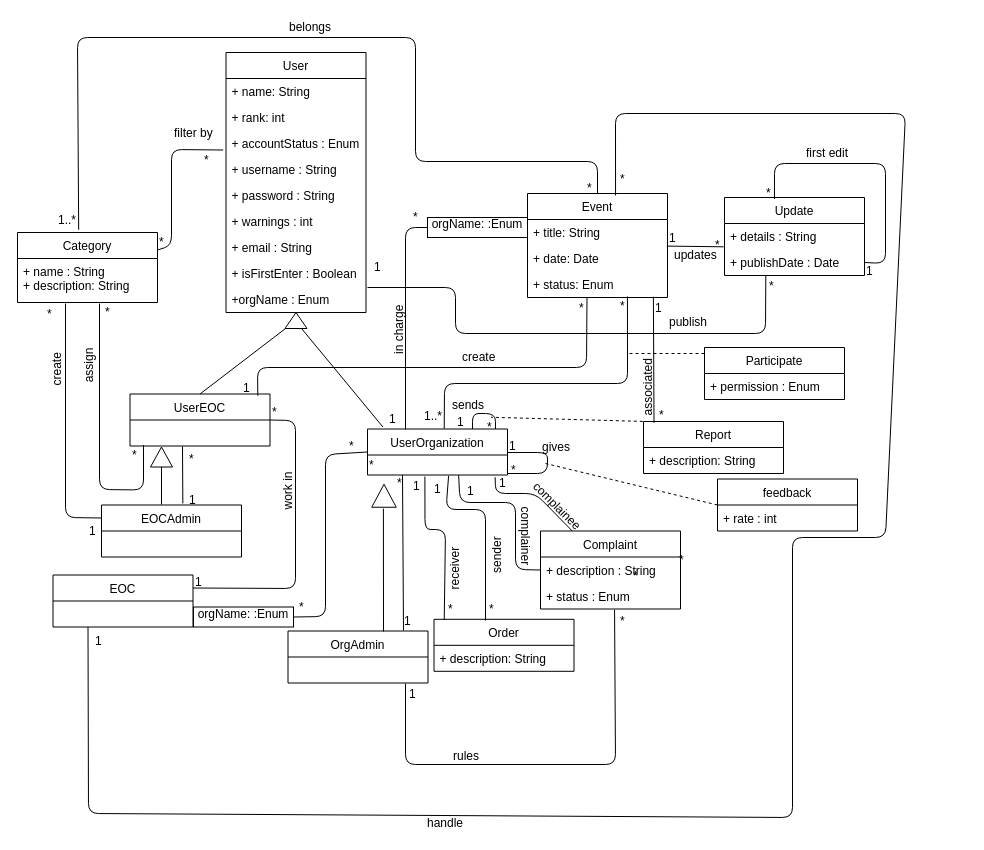
This is page "Update Class Diagram" (3 of 12) of Untitled Diagram.drawio from anastasiakova/nituz2, a draw.io file, before an edit. Source tidied: cells renumbered, new cells numbered last; positions are measured from the earlier drawing's top-left corner, leaving out a move shared by most shapes. Both pictures are drawn from the tidied source at 100%, with x=0, y=0 at pixel (17, 17).
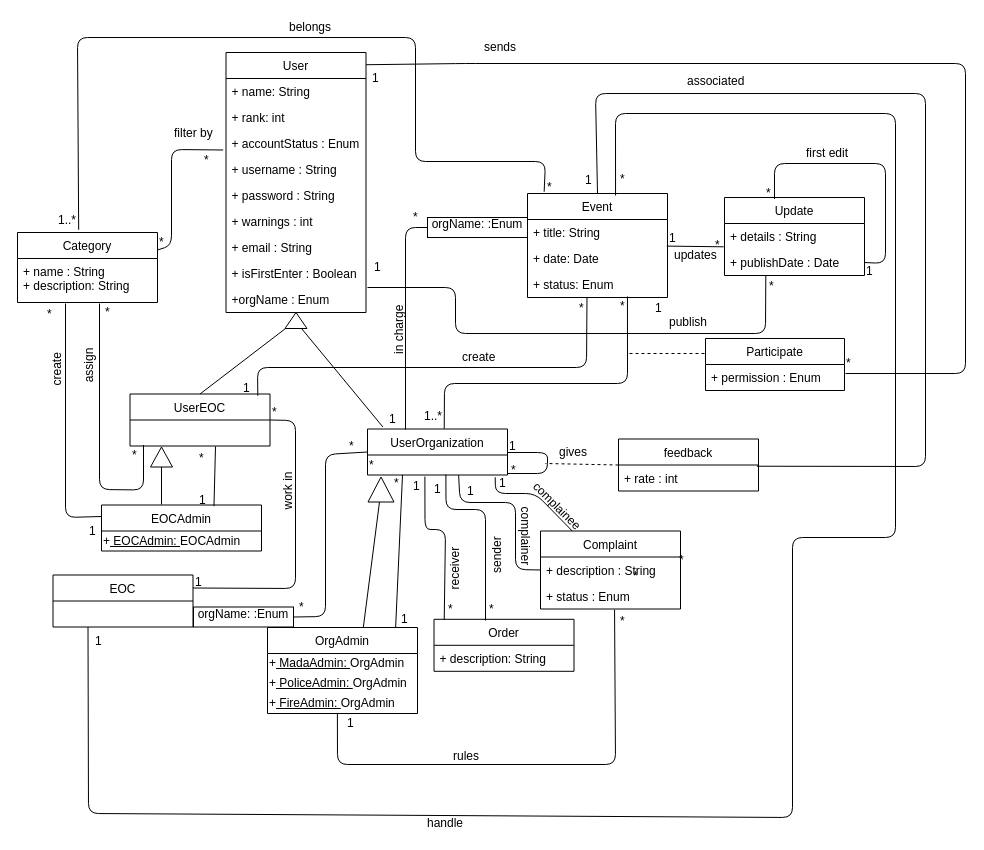
The same diagram, later.

Unchanged cells that the change refers to:
```xml
<mxCell id="2" value="User" style="swimlane;fontStyle=0;horizontal=1;startSize=26;fillColor=none;" parent="1" vertex="1">
  <mxGeometry x="208.5" y="35" width="140" height="260" as="geometry" />
</mxCell>
<mxCell id="12" value="Event" style="swimlane;fontStyle=0;horizontal=1;startSize=26;fillColor=none;" parent="1" vertex="1">
  <mxGeometry x="510" y="176" width="140" height="104" as="geometry" />
</mxCell>
<mxCell id="20" value="Category" style="swimlane;fontStyle=0;horizontal=1;startSize=26;fillColor=none;" parent="1" vertex="1">
  <mxGeometry y="215" width="140" height="70" as="geometry" />
</mxCell>
<mxCell id="27" value="+ status : Enum" style="text;strokeColor=none;fillColor=none;align=left;verticalAlign=top;spacingLeft=4;spacingRight=4;overflow=hidden;points=[[0,0.5],[1,0.5]];portConstraint=eastwest;" parent="25" vertex="1">
  <mxGeometry y="52" width="140" height="26" as="geometry" />
</mxCell>
<mxCell id="29" value="UserOrganization" style="swimlane;fontStyle=0;horizontal=1;startSize=26;fillColor=none;" parent="1" vertex="1">
  <mxGeometry x="350" y="411.5" width="140" height="46" as="geometry" />
</mxCell>
<mxCell id="30" value="*" style="text;html=1;points=[];align=left;verticalAlign=top;spacingTop=-4;" parent="29" vertex="1">
  <mxGeometry y="26" width="140" height="20" as="geometry" />
</mxCell>
<mxCell id="84" value="1" style="text;html=1;points=[];align=left;verticalAlign=top;spacingTop=-4;" parent="1" vertex="1">
  <mxGeometry x="414.5" y="461.5" width="20" height="20" as="geometry" />
</mxCell>
<mxCell id="103" value="+ rate : int" style="text;strokeColor=none;fillColor=none;align=left;verticalAlign=top;spacingLeft=4;spacingRight=4;overflow=hidden;points=[[0,0.5],[1,0.5]];portConstraint=eastwest;" parent="102" vertex="1">
  <mxGeometry y="26" width="140" height="26" as="geometry" />
</mxCell>
<mxCell id="122" value="EOC" style="swimlane;fontStyle=0;horizontal=1;startSize=26;fillColor=none;" parent="1" vertex="1">
  <mxGeometry x="35.5" y="557.5" width="140" height="52" as="geometry" />
</mxCell>
```

The edit, as a diff of the source:
```diff
@@
     <mxCell id="22" value="EOCAdmin" style="swimlane;fontStyle=0;horizontal=1;startSize=26;fillColor=none;" parent="1" vertex="1">
-      <mxGeometry x="84" y="487.5" width="140" height="52" as="geometry" />
+      <mxGeometry x="84" y="487.5" width="160" height="46" as="geometry" />
     </mxCell>
+    <mxCell id="139" value="+&lt;u&gt;&amp;nbsp;EOCAdmin:&amp;nbsp;&lt;/u&gt;&lt;span&gt;EOCAdmin&lt;/span&gt;" style="text;html=1;align=left;verticalAlign=top;spacingTop=-4;" parent="22" vertex="1">
+      <mxGeometry y="26" width="160" height="20" as="geometry" />
+    </mxCell>
@@
     <mxCell id="31" value="OrgAdmin" style="swimlane;fontStyle=0;horizontal=1;startSize=26;fillColor=none;" parent="1" vertex="1">
-      <mxGeometry x="270.5" y="613.5" width="140" height="52" as="geometry" />
+      <mxGeometry x="250" y="610" width="150" height="86" as="geometry" />
     </mxCell>
+    <mxCell id="140" value="+&lt;u&gt;&amp;nbsp;MadaAdmin:&amp;nbsp;&lt;/u&gt;&lt;span&gt;OrgAdmin&lt;/span&gt;" style="text;html=1;align=left;verticalAlign=top;spacingTop=-4;" parent="31" vertex="1">
+      <mxGeometry y="26" width="150" height="20" as="geometry" />
+    </mxCell>
+    <mxCell id="141" value="+&lt;u&gt;&amp;nbsp;PoliceAdmin:&amp;nbsp;&lt;/u&gt;&lt;span&gt;OrgAdmin&lt;/span&gt;&lt;br&gt;" style="text;html=1;align=left;verticalAlign=top;spacingTop=-4;" parent="31" vertex="1">
+      <mxGeometry y="46" width="150" height="20" as="geometry" />
+    </mxCell>
+    <mxCell id="142" value="+&lt;u&gt;&amp;nbsp;FireAdmin:&amp;nbsp;&lt;/u&gt;&lt;span&gt;OrgAdmin&lt;/span&gt;&lt;br&gt;" style="text;html=1;points=[];align=left;verticalAlign=top;spacingTop=-4;" parent="31" vertex="1">
+      <mxGeometry y="66" width="150" height="20" as="geometry" />
+    </mxCell>
-    <mxCell id="32" style="endArrow=none;html=1;entryX=0.5;entryY=0;entryDx=0;entryDy=0;exitX=0.437;exitY=-0.039;exitDx=0;exitDy=0;exitPerimeter=0;" parent="1" edge="1" source="20" target="12">
+    <mxCell id="32" style="endArrow=none;html=1;entryX=0.119;entryY=-0.017;entryDx=0;entryDy=0;exitX=0.437;exitY=-0.039;exitDx=0;exitDy=0;exitPerimeter=0;entryPerimeter=0;" parent="1" edge="1" source="20" target="12">
       <mxGeometry relative="1" as="geometry">
         <Array as="points">
           <mxPoint x="60" y="20" />
           <mxPoint x="398" y="20" />
           <mxPoint x="398" y="144" />
-          <mxPoint x="580" y="144" />
+          <mxPoint x="528" y="144" />
         </Array>
       </mxGeometry>
     </mxCell>
@@
-    <mxCell id="38" style="endArrow=none;html=1;entryX=0.83;entryY=-0.156;entryDx=0;entryDy=0;entryPerimeter=0;" parent="1" edge="1" target="84">
+    <mxCell id="38" style="endArrow=none;html=1;entryX=0.56;entryY=0.976;entryDx=0;entryDy=0;entryPerimeter=0;" parent="1" edge="1" target="30">
       <mxGeometry relative="1" as="geometry">
         <mxPoint x="468" y="603" as="sourcePoint" />
         <Array as="points">
           <mxPoint x="468" y="492" />
           <mxPoint x="428.5" y="492" />
         </Array>
       </mxGeometry>
     </mxCell>
@@
-    <mxCell id="41" style="endArrow=none;html=1;exitX=0.825;exitY=-0.01;exitDx=0;exitDy=0;exitPerimeter=0;entryX=0.25;entryY=1;entryDx=0;entryDy=0;" parent="1" edge="1" source="31" target="29">
+    <mxCell id="41" style="endArrow=none;html=1;exitX=0.854;exitY=0.005;exitDx=0;exitDy=0;exitPerimeter=0;entryX=0.25;entryY=1;entryDx=0;entryDy=0;" parent="1" edge="1" source="31" target="29">
       <mxGeometry relative="1" as="geometry" />
     </mxCell>
-    <mxCell id="42" style="endArrow=none;html=1;exitX=0.581;exitY=-0.03;exitDx=0;exitDy=0;exitPerimeter=0;" parent="1" edge="1" source="22">
+    <mxCell id="42" style="endArrow=none;html=1;exitX=0.703;exitY=0.026;exitDx=0;exitDy=0;exitPerimeter=0;" parent="1" edge="1" source="22">
       <mxGeometry relative="1" as="geometry">
-        <mxPoint x="165" y="429" as="targetPoint" />
+        <mxPoint x="198" y="429" as="targetPoint" />
       </mxGeometry>
     </mxCell>
@@
     <mxCell id="44" value="Participate" style="swimlane;fontStyle=0;horizontal=1;startSize=26;fillColor=none;" parent="1" vertex="1">
-      <mxGeometry x="687" y="330" width="140" height="52" as="geometry" />
+      <mxGeometry x="688" y="321" width="139" height="52" as="geometry" />
     </mxCell>
-    <mxCell id="45" value="+ permission : Enum" style="text;strokeColor=none;fillColor=none;align=left;verticalAlign=top;spacingLeft=4;spacingRight=4;overflow=hidden;" parent="44" vertex="1">
-      <mxGeometry y="26" width="140" height="26" as="geometry" />
+    <mxCell id="45" value="+ permission : Enum&#10;" style="text;strokeColor=none;fillColor=none;align=left;verticalAlign=top;spacingLeft=4;spacingRight=4;overflow=hidden;" parent="44" vertex="1">
+      <mxGeometry y="26" width="139" height="26" as="geometry" />
     </mxCell>
@@
-    <mxCell id="50" style="endArrow=none;html=1;exitX=0.529;exitY=1.026;exitDx=0;exitDy=0;exitPerimeter=0;" parent="1" edge="1" source="27">
+    <mxCell id="50" style="endArrow=none;html=1;exitX=0.529;exitY=1.026;exitDx=0;exitDy=0;exitPerimeter=0;entryX=0.466;entryY=1.007;entryDx=0;entryDy=0;entryPerimeter=0;" parent="1" edge="1" source="27" target="142">
       <mxGeometry relative="1" as="geometry">
-        <mxPoint x="388" y="666" as="targetPoint" />
         <Array as="points">
           <mxPoint x="598" y="747" />
-          <mxPoint x="388" y="747" />
+          <mxPoint x="320" y="747" />
         </Array>
       </mxGeometry>
     </mxCell>
@@
     <mxCell id="62" value="*" style="text;html=1;align=left;verticalAlign=top;spacingTop=-4;" parent="1" vertex="1">
-      <mxGeometry x="568" y="161" width="20" height="20" as="geometry" />
+      <mxGeometry x="528" y="160" width="20" height="20" as="geometry" />
     </mxCell>
@@
     <mxCell id="74" value="1" style="text;html=1;align=left;verticalAlign=top;spacingTop=-4;" parent="1" vertex="1">
-      <mxGeometry x="390" y="666.5" width="20" height="20" as="geometry" />
+      <mxGeometry x="328" y="696" width="20" height="20" as="geometry" />
     </mxCell>
@@
     <mxCell id="92" value="*" style="text;html=1;align=left;verticalAlign=top;spacingTop=-4;" parent="1" vertex="1">
-      <mxGeometry x="170" y="431.5" width="20" height="20" as="geometry" />
+      <mxGeometry x="180" y="430.5" width="20" height="20" as="geometry" />
     </mxCell>
     <mxCell id="93" value="*" style="text;html=1;align=left;verticalAlign=top;spacingTop=-4;" parent="1" vertex="1">
-      <mxGeometry x="378" y="456" width="20" height="20" as="geometry" />
+      <mxGeometry x="375" y="456" width="20" height="20" as="geometry" />
     </mxCell>
     <mxCell id="94" value="1" style="text;html=1;align=left;verticalAlign=top;spacingTop=-4;" parent="1" vertex="1">
-      <mxGeometry x="170" y="472.5" width="20" height="20" as="geometry" />
+      <mxGeometry x="180" y="472.5" width="20" height="20" as="geometry" />
     </mxCell>
     <mxCell id="95" value="1" style="text;html=1;align=left;verticalAlign=top;spacingTop=-4;" parent="1" vertex="1">
-      <mxGeometry x="385" y="593.5" width="20" height="20" as="geometry" />
+      <mxGeometry x="382" y="592" width="20" height="20" as="geometry" />
     </mxCell>
@@
     <mxCell id="102" value="feedback" style="swimlane;fontStyle=0;horizontal=1;startSize=26;fillColor=none;" parent="1" vertex="1">
-      <mxGeometry x="700" y="461.5" width="140" height="52" as="geometry" />
+      <mxGeometry x="601" y="421.5" width="140" height="52" as="geometry" />
     </mxCell>
@@
     <mxCell id="104" value="gives" style="text;html=1;align=left;verticalAlign=top;spacingTop=-4;rotation=0;" parent="1" vertex="1">
-      <mxGeometry x="523" y="420" width="40" height="20" as="geometry" />
+      <mxGeometry x="540" y="424.5" width="40" height="20" as="geometry" />
     </mxCell>
@@
-    <mxCell id="106" style="endArrow=none;html=1;entryX=0.75;entryY=0;entryDx=0;entryDy=0;exitX=0.914;exitY=0;exitDx=0;exitDy=0;exitPerimeter=0;" parent="1" edge="1" source="29" target="29">
+    <mxCell id="106" style="endArrow=none;html=1;entryX=1;entryY=0.047;entryDx=0;entryDy=0;entryPerimeter=0;" parent="1" edge="1" target="2">
       <mxGeometry relative="1" as="geometry">
+        <mxPoint x="828" y="356" as="sourcePoint" />
         <Array as="points">
-          <mxPoint x="478" y="396" />
-          <mxPoint x="455" y="396" />
+          <mxPoint x="948" y="356" />
+          <mxPoint x="948" y="46" />
+          <mxPoint x="448" y="46" />
         </Array>
       </mxGeometry>
     </mxCell>
-    <mxCell id="107" value="Report" style="swimlane;fontStyle=0;horizontal=1;startSize=26;fillColor=none;" parent="1" vertex="1">
-      <mxGeometry x="626" y="404" width="140" height="52" as="geometry" />
-    </mxCell>
-    <mxCell id="108" value="+ description: String" style="text;strokeColor=none;fillColor=none;align=left;verticalAlign=top;spacingLeft=4;spacingRight=4;overflow=hidden;" parent="107" vertex="1">
-      <mxGeometry y="26" width="140" height="26" as="geometry" />
-    </mxCell>
-    <mxCell id="109" style="endArrow=none;dashed=1;html=1;exitX=-0.005;exitY=-0.002;exitDx=0;exitDy=0;exitPerimeter=0;entryX=0.278;entryY=0.013;entryDx=0;entryDy=0;entryPerimeter=0;" parent="1" edge="1" source="107" target="112">
-      <mxGeometry relative="1" as="geometry" />
-    </mxCell>
     <mxCell id="110" value="sends" style="text;html=1;align=left;verticalAlign=top;spacingTop=-4;" parent="1" vertex="1">
-      <mxGeometry x="432.5" y="377.5" width="50" height="20" as="geometry" />
+      <mxGeometry x="465" y="20" width="50" height="20" as="geometry" />
     </mxCell>
     <mxCell id="111" value="1" style="text;html=1;align=left;verticalAlign=top;spacingTop=-4;" parent="1" vertex="1">
-      <mxGeometry x="438" y="394.5" width="20" height="20" as="geometry" />
+      <mxGeometry x="353" y="51" width="20" height="20" as="geometry" />
     </mxCell>
     <mxCell id="112" value="*" style="text;html=1;points=[];align=left;verticalAlign=top;spacingTop=-4;" parent="1" vertex="1">
-      <mxGeometry x="468" y="399.5" width="20" height="20" as="geometry" />
+      <mxGeometry x="827" y="335.5" width="20" height="20" as="geometry" />
     </mxCell>
-    <mxCell id="113" style="endArrow=none;html=1;entryX=0.712;entryY=0.97;entryDx=0;entryDy=0;entryPerimeter=0;exitX=0.075;exitY=0.025;exitDx=0;exitDy=0;exitPerimeter=0;" parent="1" edge="1" source="107">
-      <mxGeometry relative="1" as="geometry">
-        <mxPoint x="635.9" y="279.2" as="targetPoint" />
-      </mxGeometry>
-    </mxCell>
@@
-    <mxCell id="115" value="*" style="text;html=1;align=left;verticalAlign=top;spacingTop=-4;" parent="1" vertex="1">
-      <mxGeometry x="640" y="387.5" width="20" height="20" as="geometry" />
-    </mxCell>
-    <mxCell id="116" value="associated" style="text;html=1;align=left;verticalAlign=top;spacingTop=-4;rotation=-90;" parent="1" vertex="1">
-      <mxGeometry x="595" y="355.5" width="70" height="20" as="geometry" />
-    </mxCell>
@@
     <mxCell id="128" style="endArrow=none;html=1;entryX=0.629;entryY=0.019;entryDx=0;entryDy=0;entryPerimeter=0;exitX=0.25;exitY=1;exitDx=0;exitDy=0;" parent="1" edge="1" source="122" target="12">
       <mxGeometry relative="1" as="geometry">
         <Array as="points">
           <mxPoint x="71" y="796" />
           <mxPoint x="775" y="800" />
           <mxPoint x="775" y="520" />
-          <mxPoint x="868" y="520" />
-          <mxPoint x="888" y="96" />
+          <mxPoint x="878" y="520" />
+          <mxPoint x="878" y="96" />
           <mxPoint x="598" y="96" />
         </Array>
       </mxGeometry>
     </mxCell>
@@
     <mxCell id="132" style="group;" parent="1" vertex="1">
-      <mxGeometry x="355" y="466" width="23" height="150" as="geometry" />
+      <mxGeometry x="348" y="456" width="30" height="161" as="geometry" />
     </mxCell>
-    <mxCell id="133" style="endArrow=none;html=1;" parent="132" edge="1">
+    <mxCell id="133" style="endArrow=none;html=1;exitX=0.639;exitY=-0.003;exitDx=0;exitDy=0;exitPerimeter=0;" parent="132" edge="1" source="31">
       <mxGeometry relative="1" as="geometry">
-        <mxPoint x="11" y="148" as="sourcePoint" />
-        <mxPoint x="10.9" y="25.1" as="targetPoint" />
+        <mxPoint x="14.2" y="26.9" as="targetPoint" />
       </mxGeometry>
     </mxCell>
     <mxCell id="134" style="triangle;whiteSpace=wrap;html=1;rotation=-90;" parent="132" vertex="1">
-      <mxGeometry width="23" height="24.5" as="geometry" />
+      <mxGeometry x="3" y="3" width="25" height="26" as="geometry" />
     </mxCell>
@@
+    <mxCell id="143" style="endArrow=none;html=1;exitX=0.988;exitY=0.047;exitDx=0;exitDy=0;exitPerimeter=0;entryX=0.5;entryY=0;entryDx=0;entryDy=0;" parent="1" edge="1" source="103" target="12">
+      <mxGeometry relative="1" as="geometry">
+        <Array as="points">
+          <mxPoint x="908" y="449" />
+          <mxPoint x="908" y="76" />
+          <mxPoint x="578" y="76" />
+        </Array>
+      </mxGeometry>
+    </mxCell>
+    <mxCell id="144" value="1" style="text;html=1;align=left;verticalAlign=top;spacingTop=-4;" parent="1" vertex="1">
+      <mxGeometry x="566" y="153" width="20" height="20" as="geometry" />
+    </mxCell>
+    <mxCell id="116" value="associated" style="text;html=1;align=left;verticalAlign=top;spacingTop=-4;rotation=0;" parent="1" vertex="1">
+      <mxGeometry x="668" y="54" width="70" height="20" as="geometry" />
+    </mxCell>
```
